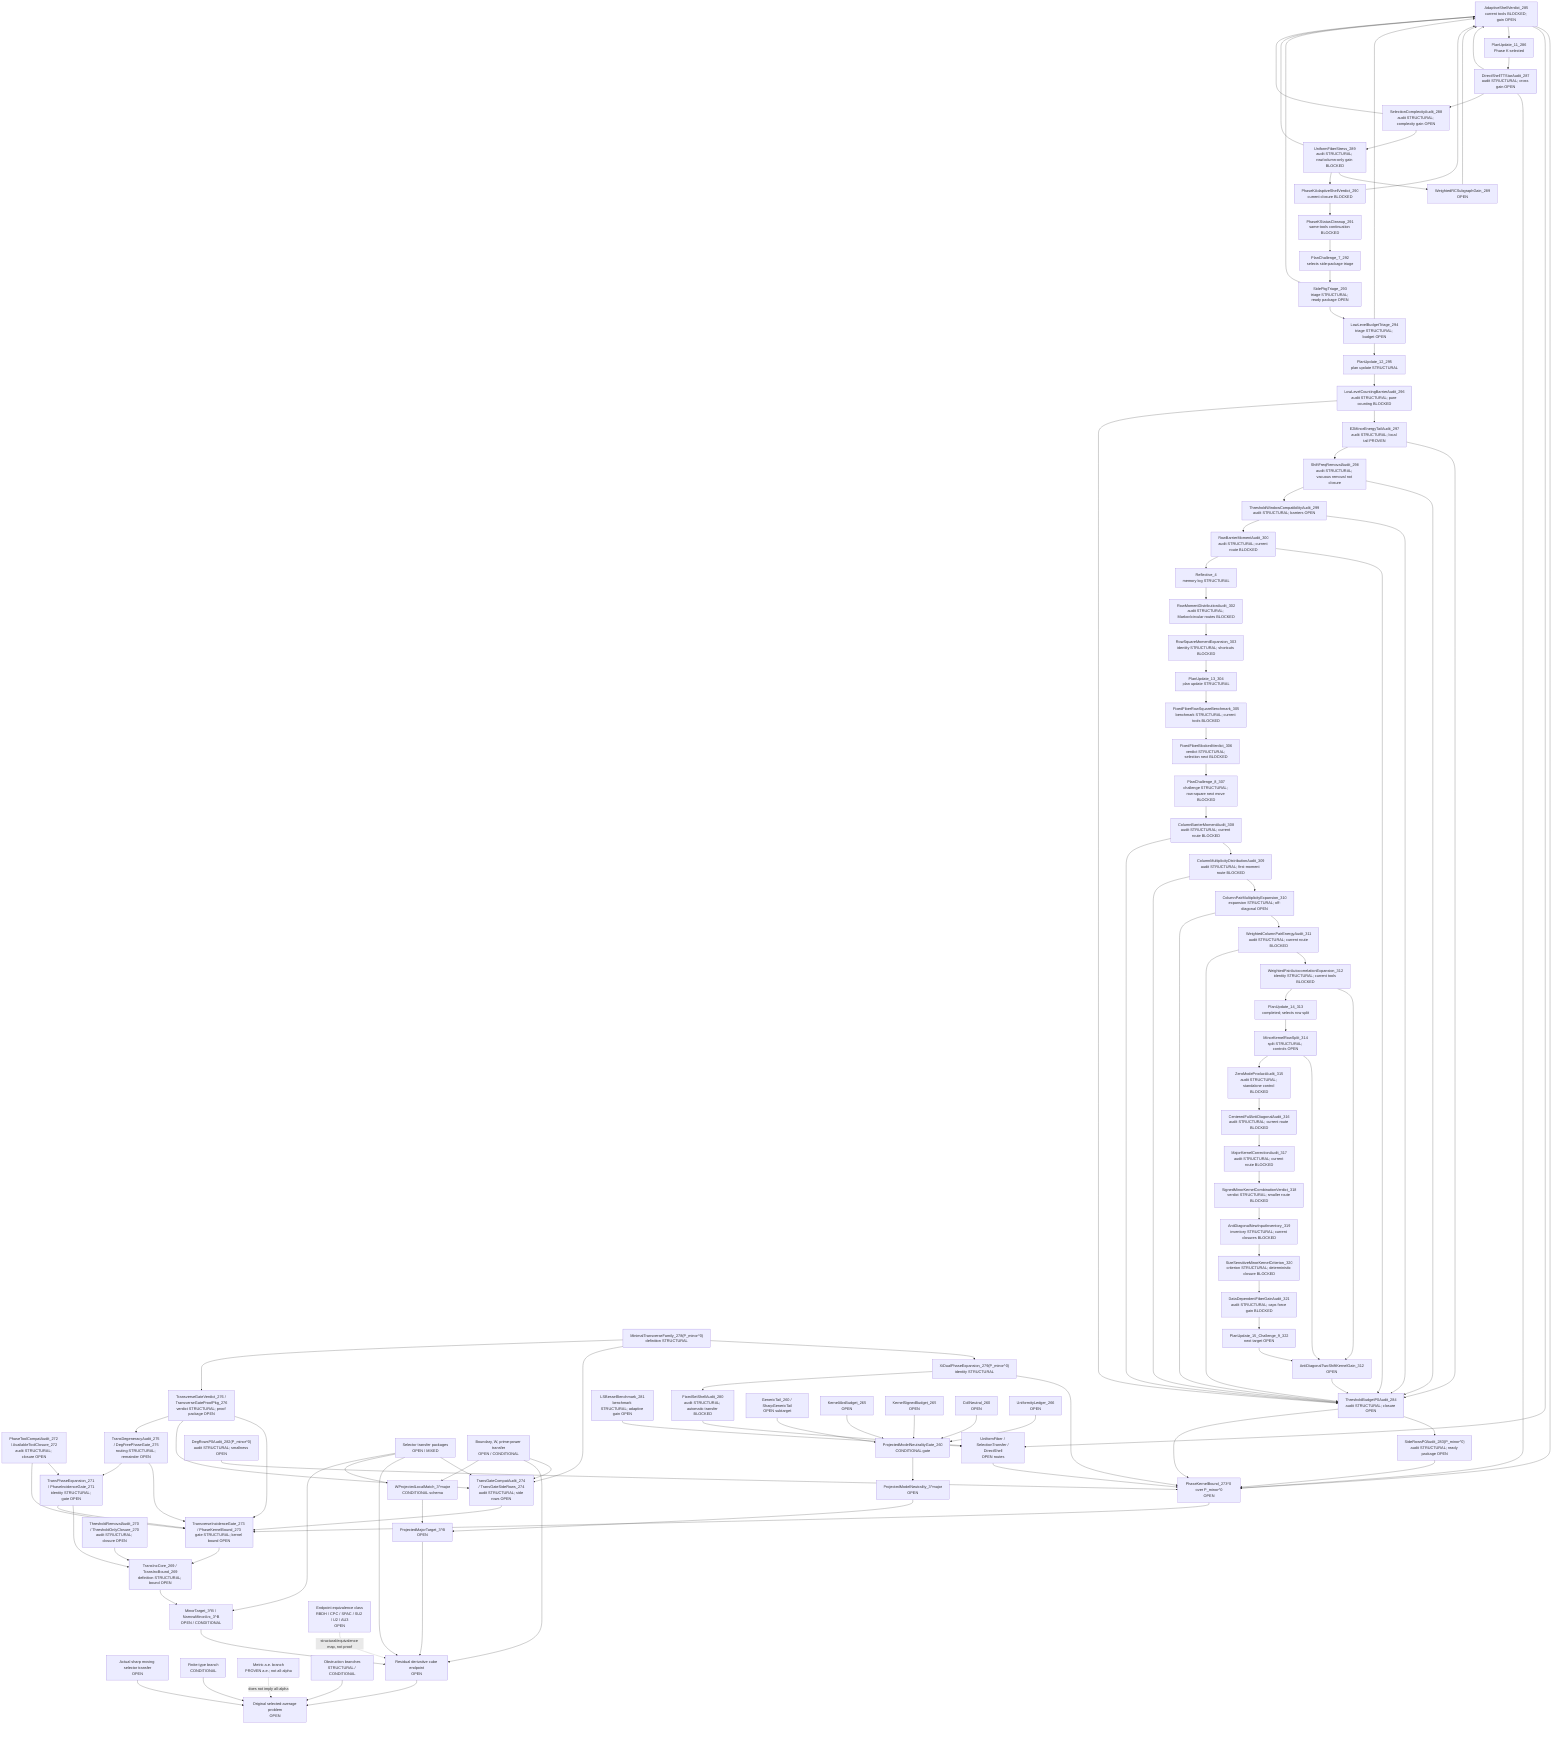
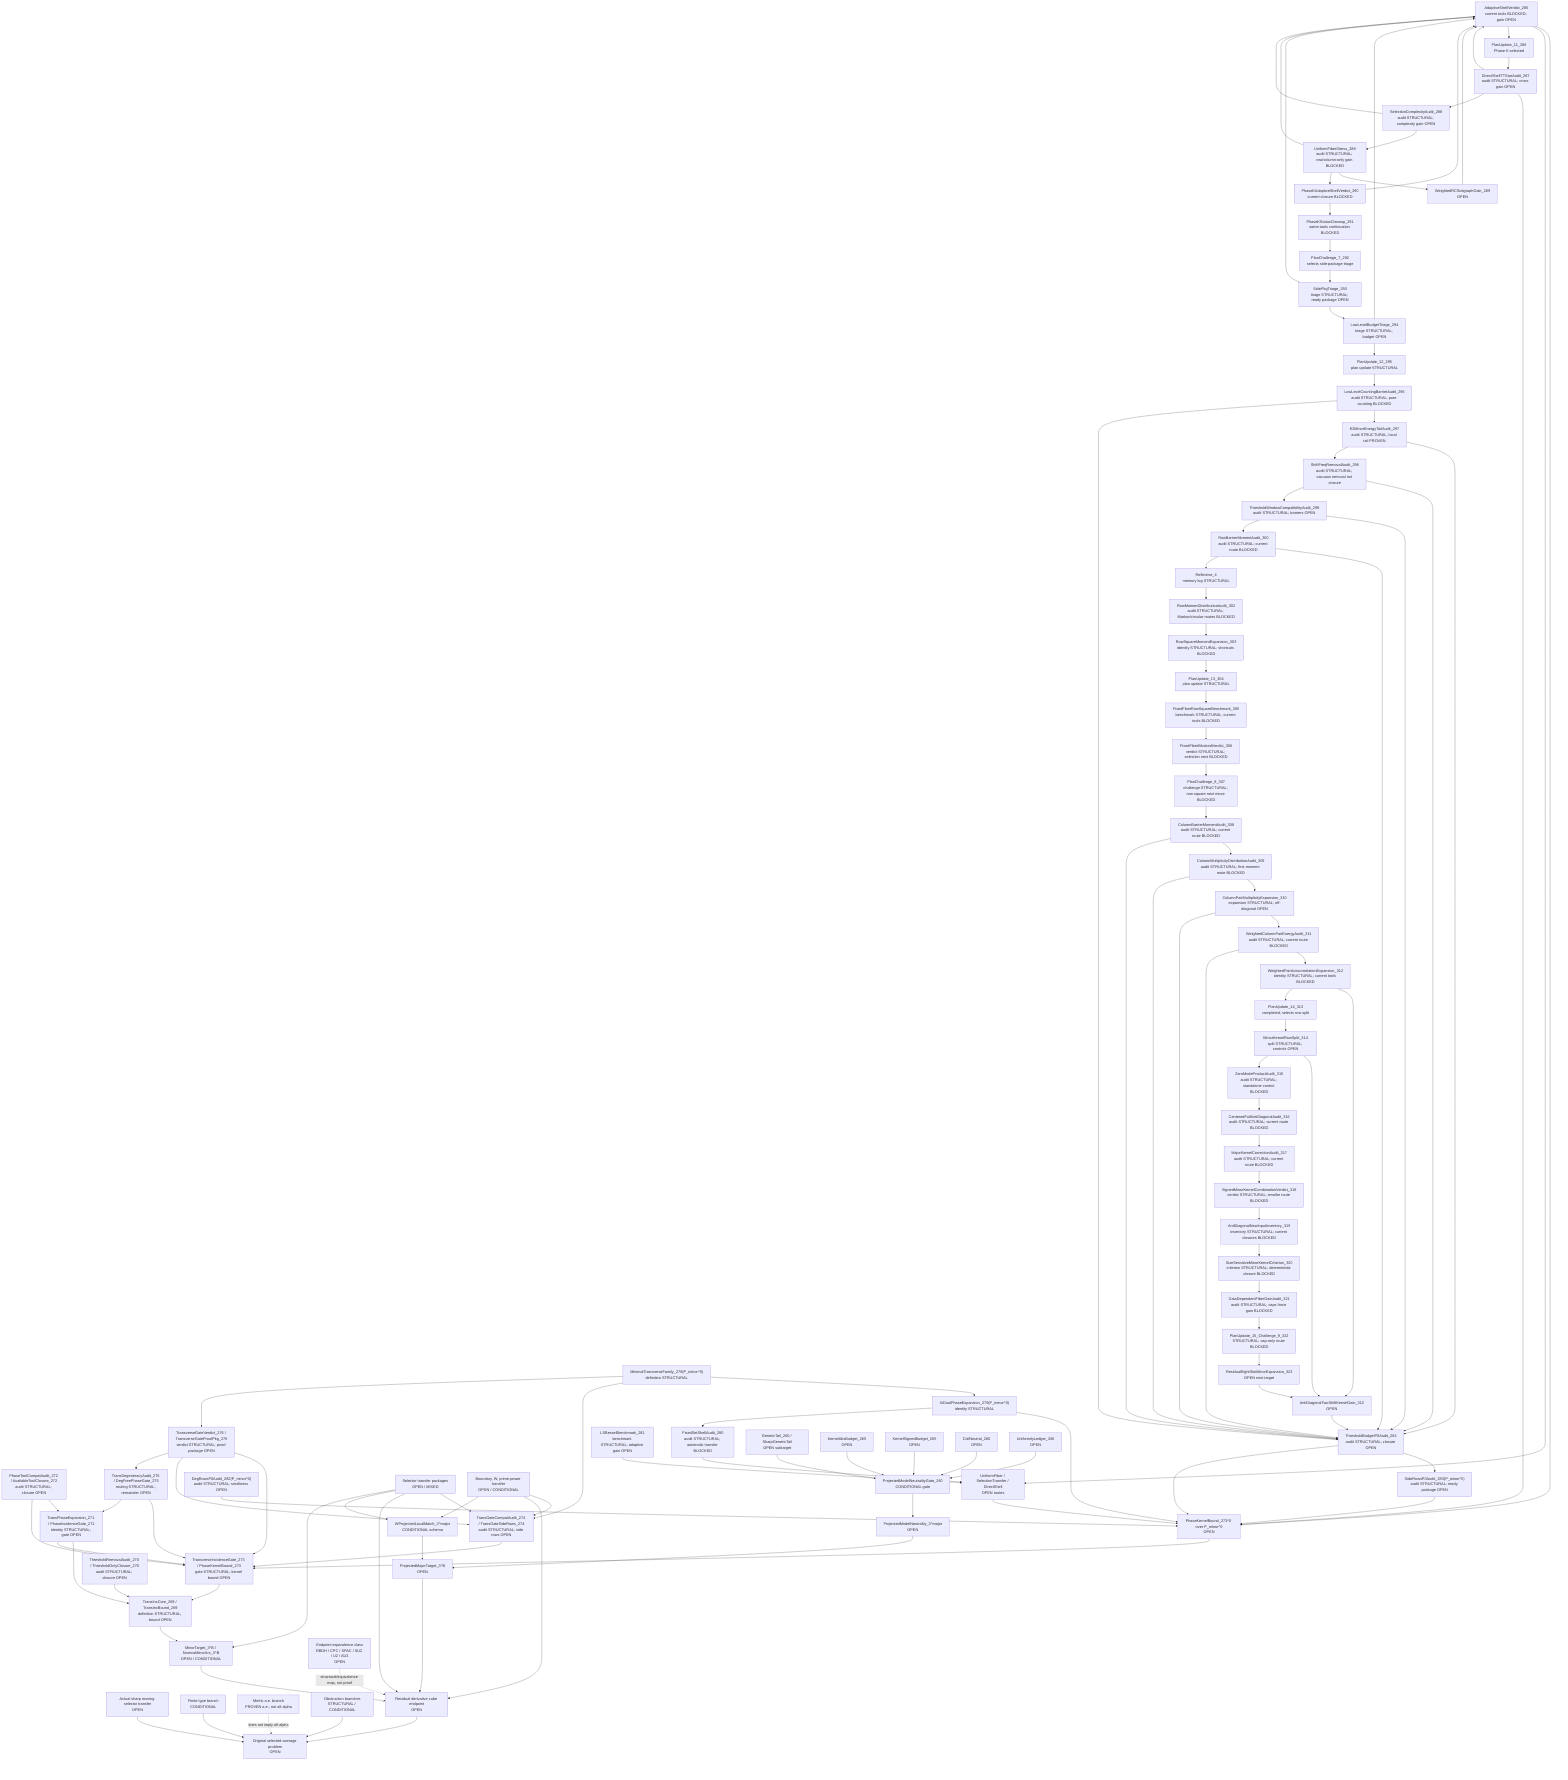
flowchart TD
  Original["Original selected-average problem<br/>OPEN"]
  SharpSel["Actual sharp moving selector transfer<br/>OPEN"]
  FiniteType["Finite-type branch<br/>CONDITIONAL"]
  Metric["Metric a.e. branch<br/>PROVEN a.e.; not all-alpha"]
  Obstruction["Obstruction branches<br/>STRUCTURAL / CONDITIONAL"]

  ResCube["Residual derivative cube endpoint<br/>OPEN"]
  MajorTarget["ProjectedMajorTarget_3^B<br/>OPEN"]
  MinorTarget["MinorTarget_3^B / NarrowMinorArc_3^B<br/>OPEN / CONDITIONAL"]
  TransInc["TransIncCore_269 / TransIncBound_269<br/>definition STRUCTURAL; bound OPEN"]
  ThresholdAudit["ThresholdRemovalAudit_270 / ThresholdOnlyClosure_270<br/>audit STRUCTURAL; closure OPEN"]
  PhaseExpansion["TransPhaseExpansion_271 / PhaseIncidenceGate_271<br/>identity STRUCTURAL; gate OPEN"]
  ToolCompat["PhaseToolCompatAudit_272 / AvailableToolClosure_272<br/>audit STRUCTURAL; closure OPEN"]
  TransGate["TransverseIncidenceGate_273 / PhaseKernelBound_273<br/>gate STRUCTURAL; kernel bound OPEN"]
  TransGateCompat["TransGateCompatAudit_274 / TransGateSideRows_274<br/>audit STRUCTURAL; side rows OPEN"]
  DegAudit["TransDegeneracyAudit_275 / DegFreePhaseGate_275<br/>routing STRUCTURAL; remainder OPEN"]
  TransVerdict["TransverseGateVerdict_276 / TransverseGateProofPkg_276<br/>verdict STRUCTURAL; proof package OPEN"]
  MinTransFamily["MinimalTransverseFamily_278(P_minor^0)<br/>definition STRUCTURAL"]
  XiExpansion["XiDualPhaseExpansion_279(P_minor^0)<br/>identity STRUCTURAL"]
  FixedShellAudit["FixedSetShellAudit_280<br/>audit STRUCTURAL; automatic transfer BLOCKED"]
  FixedShellTransfer["UniformFiber / SelectionTransfer / DirectShell<br/>OPEN routes"]
  LSBesselBench["LSBesselBenchmark_281<br/>benchmark STRUCTURAL; adaptive gain OPEN"]
  DegRowsP0["DegRowsP0Audit_282(P_minor^0)<br/>audit STRUCTURAL; smallness OPEN"]
  SideRowsP0["SideRowsP0Audit_283(P_minor^0)<br/>audit STRUCTURAL; ready package OPEN"]
  ThresholdP0["ThresholdBudgetP0Audit_284<br/>audit STRUCTURAL; closure OPEN"]
  AdaptiveShellP0["AdaptiveShellVerdict_285<br/>current tools BLOCKED; gain OPEN"]
  PlanUpdate11["PlanUpdate_11_286<br/>Phase K selected"]
  DirectTTStar["DirectShellTTStarAudit_287<br/>audit STRUCTURAL; cross gain OPEN"]
  SelectionComplexity["SelectionComplexityAudit_288<br/>audit STRUCTURAL; complexity gain OPEN"]
  UniformFiberStress["UniformFiberStress_289<br/>audit STRUCTURAL; row/column-only gain BLOCKED"]
  WeightedRCSubgraph["WeightedRCSubgraphGain_289<br/>OPEN"]
  AdaptiveVerdict290["PhaseKAdaptiveShellVerdict_290<br/>current closure BLOCKED"]
  PhaseKCleanup291["PhaseKStatusCleanup_291<br/>same-tools continuation BLOCKED"]
  PlanChallenge7["PlanChallenge_7_292<br/>selects side-package triage"]
  SidePkgTriage293["SidePkgTriage_293<br/>triage STRUCTURAL; ready package OPEN"]
  LowLevelTriage294["LowLevelBudgetTriage_294<br/>triage STRUCTURAL; budget OPEN"]
  PlanUpdate12["PlanUpdate_12_295<br/>plan update STRUCTURAL"]
  LowLevelBarrier296["LowLevelCountingBarrierAudit_296<br/>audit STRUCTURAL; pure counting BLOCKED"]
  E2Tail297["E2MinorEnergyTailAudit_297<br/>audit STRUCTURAL; local tail PROVEN"]
  ShiftFreq298["ShiftFreqRemovalAudit_298<br/>audit STRUCTURAL; vacuous removal not closure"]
  ThresholdWindow299["ThresholdWindowCompatibilityAudit_299<br/>audit STRUCTURAL; barriers OPEN"]
  RowBarrier300["RowBarrierMomentAudit_300<br/>audit STRUCTURAL; current route BLOCKED"]
  Reflective4["Reflective_4<br/>memory log STRUCTURAL"]
  RowMoment302["RowMomentDistributionAudit_302<br/>audit STRUCTURAL; Markov/circular routes BLOCKED"]
  RowSquare303["RowSquareMomentExpansion_303<br/>identity STRUCTURAL; shortcuts BLOCKED"]
  PlanUpdate13["PlanUpdate_13_304<br/>plan update STRUCTURAL"]
  FixedFiber305["FixedFiberRowSquareBenchmark_305<br/>benchmark STRUCTURAL; current tools BLOCKED"]
  FixedFiber306["FixedFiberBlockedVerdict_306<br/>verdict STRUCTURAL; selection next BLOCKED"]
  PlanChallenge8["PlanChallenge_8_307<br/>challenge STRUCTURAL; row-square next move BLOCKED"]
  ColumnBarrier308["ColumnBarrierMomentAudit_308<br/>audit STRUCTURAL; current route BLOCKED"]
  ColumnDist309["ColumnMultiplicityDistributionAudit_309<br/>audit STRUCTURAL; first-moment route BLOCKED"]
  ColumnPair310["ColumnPairMultiplicityExpansion_310<br/>expansion STRUCTURAL; off-diagonal OPEN"]
  WPair311["WeightedColumnPairEnergyAudit_311<br/>audit STRUCTURAL; current route BLOCKED"]
  AutoCorr312["WeightedPairAutocorrelationExpansion_312<br/>identity STRUCTURAL; current tools BLOCKED"]
  AntiDiag312["AntiDiagonalTwoShiftKernelGain_312<br/>OPEN"]
  PlanUpdate14["PlanUpdate_14_313<br/>completed; selects row split"]
  MinorKernel314["MinorKernelRowSplit_314<br/>split STRUCTURAL; controls OPEN"]
  ZeroAudit315["ZeroModeProductAudit_315<br/>audit STRUCTURAL; standalone control BLOCKED"]
  CenteredFull316["CenteredFullAntiDiagonalAudit_316<br/>audit STRUCTURAL; current route BLOCKED"]
  MajorCorr317["MajorKernelCorrectionAudit_317<br/>audit STRUCTURAL; current route BLOCKED"]
  SignedVerdict318["SignedMinorKernelCombinationVerdict_318<br/>verdict STRUCTURAL; smaller route BLOCKED"]
  NewInput319["AntiDiagonalNewInputInventory_319<br/>inventory STRUCTURAL; current closures BLOCKED"]
  SizeSensitive320["SizeSensitiveMinorKernelCriterion_320<br/>criterion STRUCTURAL; deterministic closure BLOCKED"]
  FiberGain321["DataDependentFiberGainAudit_321<br/>audit STRUCTURAL; caps force gain BLOCKED"]
-   Plan322["PlanUpdate_15_Challenge_9_322<br/>next target OPEN"]
+   Plan322["PlanUpdate_15_Challenge_9_322<br/>STRUCTURAL; cap-only route BLOCKED"]
+   ResidualEight323["ResidualEightSlotMinorExpansion_323<br/>OPEN next target"]
  PhaseKernel0["PhaseKernelBound_273^0 over P_minor^0<br/>OPEN"]
  SelectorTransfer["Selector transfer packages<br/>OPEN / MIXED"]
  BoundaryTransfer["Boundary, W, prime-power transfer<br/>OPEN / CONDITIONAL"]

  WLocal["WProjectedLocalMatch_3^major<br/>CONDITIONAL schema"]
  ModelNeutral["ProjectedModelNeutrality_3^major<br/>OPEN"]
  PMNGate["ProjectedModelNeutralityGate_260<br/>CONDITIONAL gate"]
  GenericTail["GenericTail_260 / SharpGenericTail<br/>OPEN subtarget"]
  KernelAbs["KernelAbsBudget_265<br/>OPEN"]
  KernelSigned["KernelSignedBudget_265<br/>OPEN"]
  CollNeutral["CollNeutral_260<br/>OPEN"]
  Uniformity["UniformityLedger_266<br/>OPEN"]

  EndpointClass["Endpoint equivalence class<br/>RBDH / CPC / SPAC / SU2 / U2 / AU3<br/>OPEN"]

  SharpSel --> Original
  FiniteType --> Original
  Obstruction --> Original
  ResCube --> Original
  Metric -. "does not imply all-alpha" .-> Original

  MajorTarget --> ResCube
  MinorTarget --> ResCube
  TransInc --> MinorTarget
  ThresholdAudit --> TransInc
  PhaseExpansion --> TransInc
  ToolCompat --> PhaseExpansion
  TransGate --> TransInc
  PhaseExpansion --> TransGate
  ToolCompat --> TransGate
  TransGateCompat --> TransGate
  SelectorTransfer --> TransGateCompat
  BoundaryTransfer --> TransGateCompat
  DegAudit --> TransGate
  DegAudit --> PhaseExpansion
  TransVerdict --> TransGate
  TransVerdict --> TransGateCompat
  TransVerdict --> DegAudit
  PhaseKernel0 --> TransGate
  MinTransFamily --> XiExpansion
  XiExpansion --> PhaseKernel0
  XiExpansion --> FixedShellAudit
  FixedShellAudit --> FixedShellTransfer
  FixedShellTransfer --> PhaseKernel0
  LSBesselBench --> FixedShellTransfer
  DegRowsP0 --> PhaseKernel0
  SideRowsP0 --> PhaseKernel0
  ThresholdP0 --> SideRowsP0
  ThresholdP0 --> PhaseKernel0
  AdaptiveShellP0 --> PhaseKernel0
  AdaptiveShellP0 --> FixedShellTransfer
  AdaptiveShellP0 --> PlanUpdate11
  PlanUpdate11 --> DirectTTStar
  DirectTTStar --> AdaptiveShellP0
  DirectTTStar --> PhaseKernel0
  DirectTTStar --> SelectionComplexity
  SelectionComplexity --> UniformFiberStress
  SelectionComplexity --> AdaptiveShellP0
  UniformFiberStress --> WeightedRCSubgraph
  WeightedRCSubgraph --> AdaptiveShellP0
  UniformFiberStress --> AdaptiveVerdict290
  UniformFiberStress --> AdaptiveShellP0
  AdaptiveVerdict290 --> AdaptiveShellP0
  AdaptiveVerdict290 --> PhaseKCleanup291
  PhaseKCleanup291 --> PlanChallenge7
  PlanChallenge7 --> SidePkgTriage293
  SidePkgTriage293 --> LowLevelTriage294
  SidePkgTriage293 --> AdaptiveShellP0
  LowLevelTriage294 --> AdaptiveShellP0
  LowLevelTriage294 --> PlanUpdate12
  PlanUpdate12 --> LowLevelBarrier296
  LowLevelBarrier296 --> E2Tail297
  LowLevelBarrier296 --> ThresholdP0
  E2Tail297 --> ThresholdP0
  E2Tail297 --> ShiftFreq298
  ShiftFreq298 --> ThresholdP0
  ShiftFreq298 --> ThresholdWindow299
  ThresholdWindow299 --> ThresholdP0
  ThresholdWindow299 --> RowBarrier300
  RowBarrier300 --> ThresholdP0
  RowBarrier300 --> Reflective4
  Reflective4 --> RowMoment302
  RowMoment302 --> RowSquare303
  RowSquare303 --> PlanUpdate13
  PlanUpdate13 --> FixedFiber305
  FixedFiber305 --> FixedFiber306
  FixedFiber306 --> PlanChallenge8
  PlanChallenge8 --> ColumnBarrier308
  ColumnBarrier308 --> ColumnDist309
  ColumnDist309 --> ColumnPair310
  ColumnPair310 --> WPair311
  WPair311 --> AutoCorr312
  AutoCorr312 --> AntiDiag312
  AntiDiag312 --> ThresholdP0
  AutoCorr312 --> PlanUpdate14
  PlanUpdate14 --> MinorKernel314
  MinorKernel314 --> AntiDiag312
  MinorKernel314 --> ZeroAudit315
  ZeroAudit315 --> CenteredFull316
  CenteredFull316 --> MajorCorr317
  MajorCorr317 --> SignedVerdict318
  SignedVerdict318 --> NewInput319
  NewInput319 --> SizeSensitive320
  SizeSensitive320 --> FiberGain321
  FiberGain321 --> Plan322
-   Plan322 --> AntiDiag312
+   Plan322 --> ResidualEight323
+   ResidualEight323 --> AntiDiag312
  WPair311 --> ThresholdP0
  ColumnPair310 --> ThresholdP0
  ColumnDist309 --> ThresholdP0
  ColumnBarrier308 --> ThresholdP0
  MinTransFamily --> TransGateCompat
  MinTransFamily --> TransVerdict
  SelectorTransfer --> ResCube
  BoundaryTransfer --> ResCube
  EndpointClass -. "structural/equivalence map, not proof" .-> ResCube

  WLocal --> MajorTarget
  ModelNeutral --> MajorTarget

  PMNGate --> ModelNeutral
  GenericTail --> PMNGate
  KernelAbs --> PMNGate
  KernelSigned --> PMNGate
  CollNeutral --> PMNGate
  Uniformity --> PMNGate

  BoundaryTransfer --> WLocal
  SelectorTransfer --> WLocal
  SelectorTransfer --> MinorTarget
